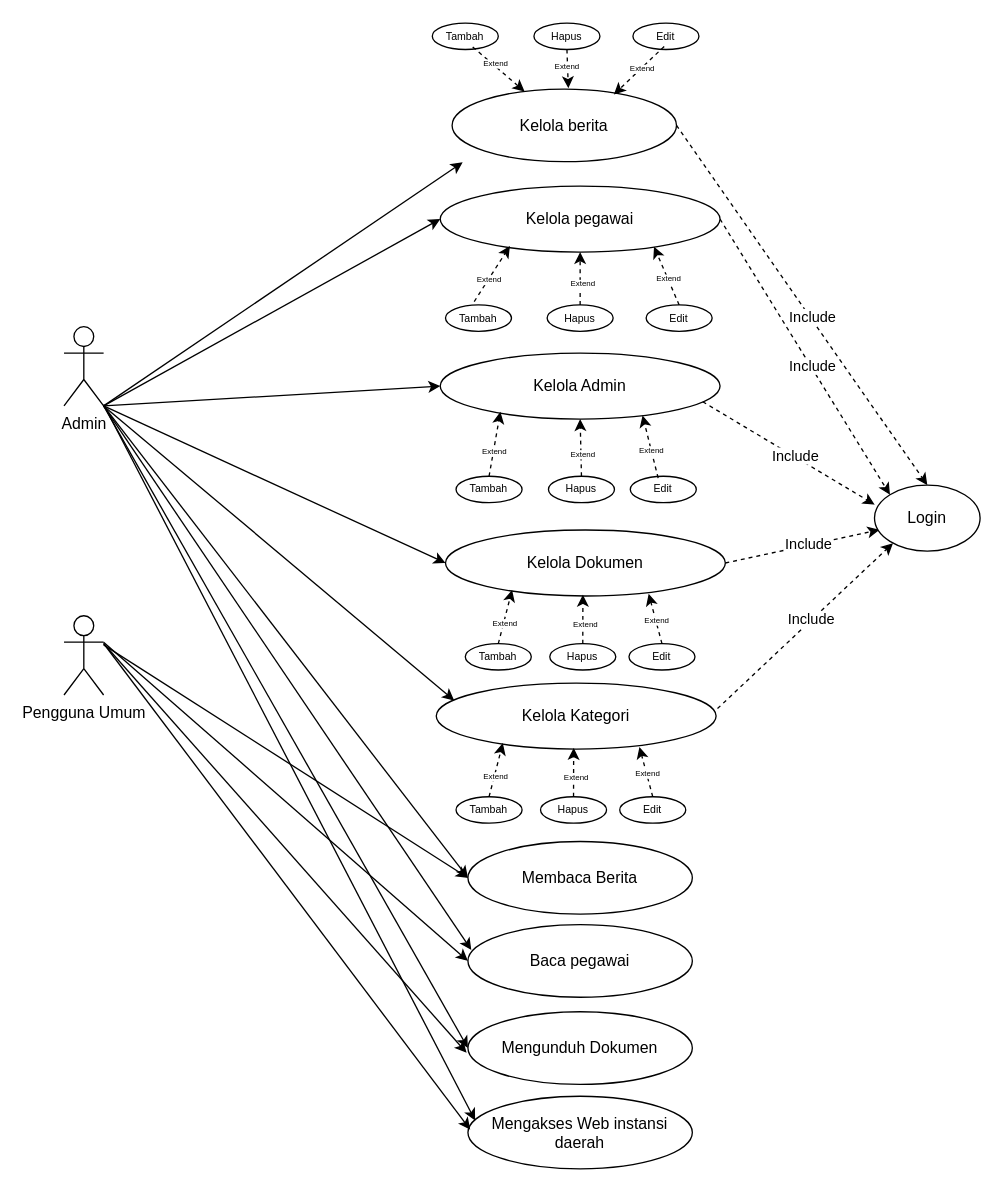
dhmsAdhty/useCase keeps this draw.io diagram as useCase.drawio. Above is the earlier version. Source tidied: cells renumbered, new cells numbered last; positions are measured from the earlier drawing's top-left corner, leaving out a move shared by most shapes. Both pictures are drawn from the tidied source at 132%, with x=0, y=0 at pixel (63, 22).
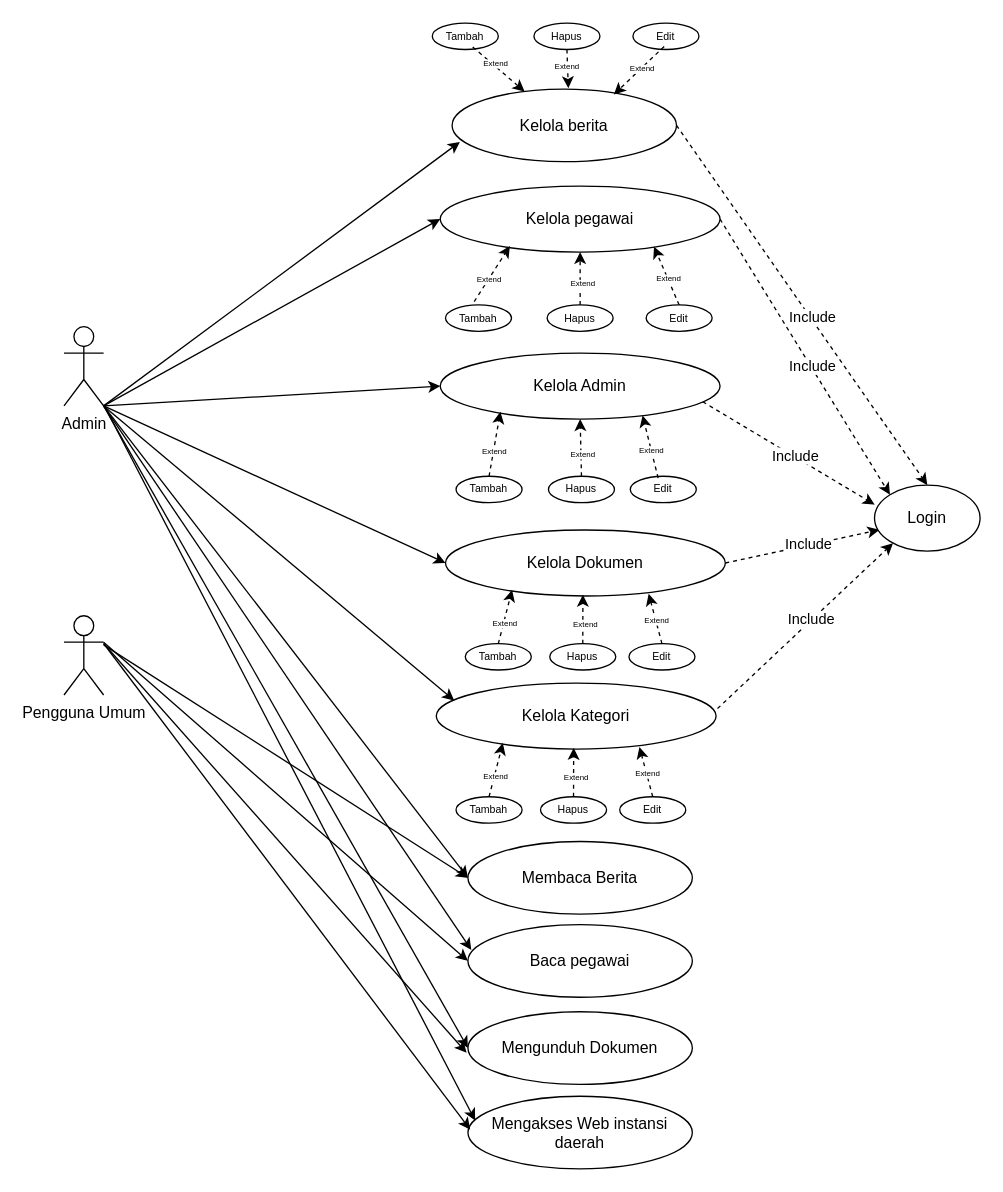
After the change.

The change refers to these unchanged cells:
```xml
<mxCell id="2" value="&lt;div&gt;Admin&lt;/div&gt;" style="shape=umlActor;verticalLabelPosition=bottom;verticalAlign=top;html=1;outlineConnect=0;" parent="1" vertex="1">
  <mxGeometry y="230" width="30" height="60" as="geometry" />
</mxCell>
<mxCell id="39" value="Kelola berita" style="ellipse;whiteSpace=wrap;html=1;" parent="1" vertex="1">
  <mxGeometry x="294" y="50" width="170" height="55" as="geometry" />
</mxCell>
```

What changed in the source:
```diff
@@
-    <mxCell id="19" style="endArrow=classic;html=1;rounded=0;entryX=0;entryY=0.5;entryDx=0;entryDy=0;exitX=1;exitY=1;exitDx=0;exitDy=0;exitPerimeter=0;" parent="1" edge="1" source="2">
-      <mxGeometry relative="1" as="geometry">
-        <mxPoint x="302" y="105.5" as="targetPoint" />
-      </mxGeometry>
+    <mxCell id="19" style="endArrow=classic;html=1;rounded=0;entryX=0.035;entryY=0.727;entryDx=0;entryDy=0;exitX=1;exitY=1;exitDx=0;exitDy=0;exitPerimeter=0;entryPerimeter=0;" parent="1" edge="1" source="2" target="39">
+      <mxGeometry relative="1" as="geometry" />
     </mxCell>
```
